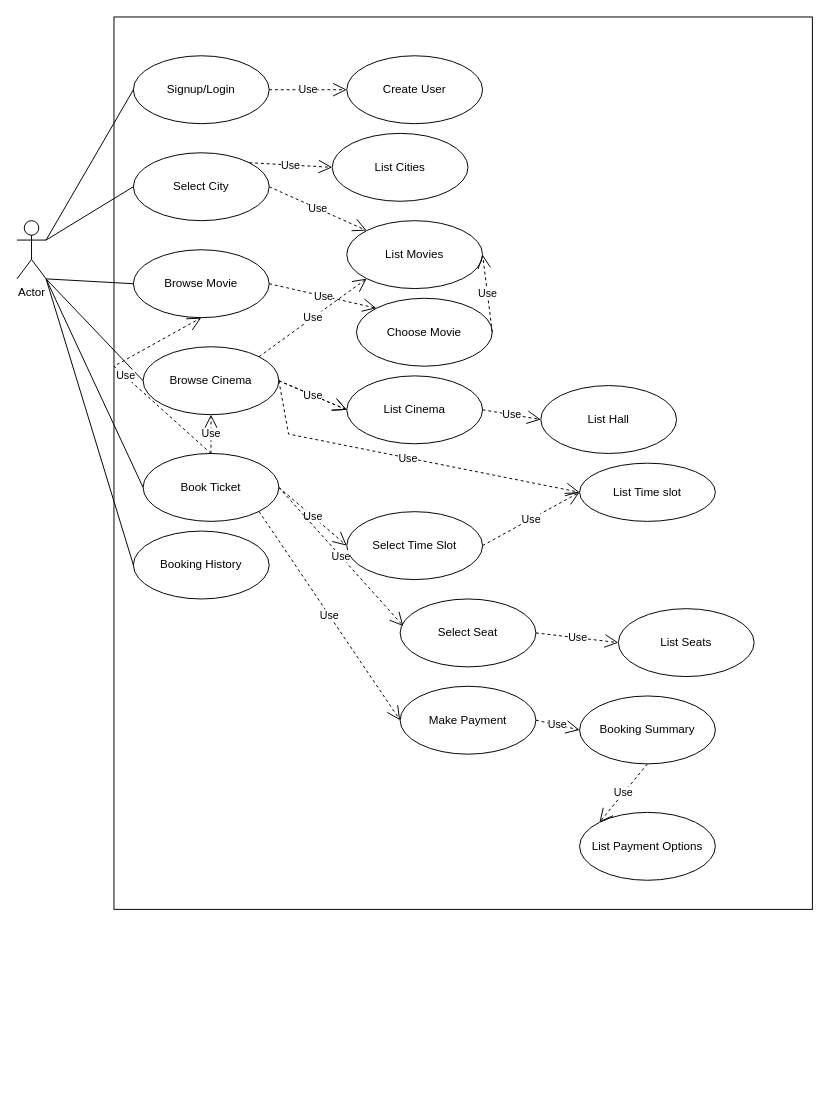
aktomer06/Draw.io keeps this draw.io diagram as bookmyshow.drawio. Above is the earlier version. Source tidied: cells renumbered, new cells numbered last; positions are measured from the earlier drawing's top-left corner, leaving out a move shared by most shapes. Both pictures are drawn from the tidied source at 97%, with x=0, y=0 at pixel (16, 16).
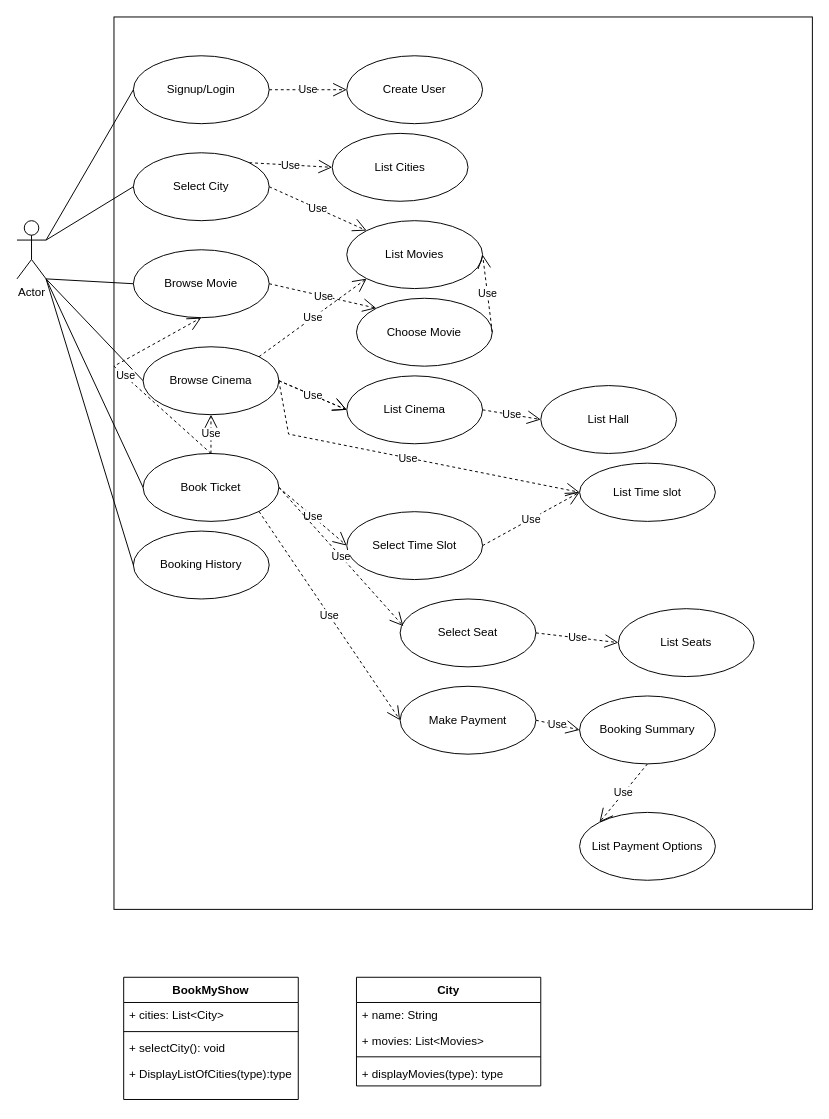
Above is the later version.

What changed in the source:
```diff
@@
+    <mxCell id="47" value="BookMyShow" style="swimlane;fontStyle=1;align=center;verticalAlign=top;horizontal=1;startSize=26;whiteSpace=wrap;html=1;" parent="1" vertex="1">
+      <mxGeometry x="110" y="990" width="180" height="126" as="geometry" />
+    </mxCell>
+    <mxCell id="48" value="+ cities: List&amp;lt;City&amp;gt;" style="text;strokeColor=none;fillColor=none;align=left;verticalAlign=top;spacingLeft=4;spacingRight=4;overflow=hidden;whiteSpace=wrap;html=1;" parent="47" vertex="1">
+      <mxGeometry y="26" width="180" height="26" as="geometry" />
+    </mxCell>
+    <mxCell id="49" style="line;strokeWidth=1;fillColor=none;align=left;verticalAlign=middle;spacingTop=-1;spacingLeft=3;spacingRight=3;labelPosition=right;strokeColor=inherit;" parent="47" vertex="1">
+      <mxGeometry y="52" width="180" height="8" as="geometry" />
+    </mxCell>
+    <mxCell id="50" value="+ selectCity(): void" style="text;strokeColor=none;fillColor=none;align=left;verticalAlign=top;spacingLeft=4;spacingRight=4;overflow=hidden;whiteSpace=wrap;html=1;" parent="47" vertex="1">
+      <mxGeometry y="60" width="180" height="26" as="geometry" />
+    </mxCell>
+    <mxCell id="51" value="+ DisplayListOfCities(type):type" style="text;strokeColor=none;fillColor=none;align=left;verticalAlign=top;spacingLeft=4;spacingRight=4;overflow=hidden;whiteSpace=wrap;html=1;" parent="47" vertex="1">
+      <mxGeometry y="86" width="180" height="40" as="geometry" />
+    </mxCell>
+    <mxCell id="52" value="City" style="swimlane;fontStyle=1;align=center;verticalAlign=top;horizontal=1;startSize=26;whiteSpace=wrap;html=1;" parent="1" vertex="1">
+      <mxGeometry x="350" y="990" width="190" height="112" as="geometry" />
+    </mxCell>
+    <mxCell id="53" value="+ name: String" style="text;strokeColor=none;fillColor=none;align=left;verticalAlign=top;spacingLeft=4;spacingRight=4;overflow=hidden;whiteSpace=wrap;html=1;" parent="52" vertex="1">
+      <mxGeometry y="26" width="190" height="26" as="geometry" />
+    </mxCell>
+    <mxCell id="54" value="+ movies: List&amp;lt;Movies&amp;gt;" style="text;strokeColor=none;fillColor=none;align=left;verticalAlign=top;spacingLeft=4;spacingRight=4;overflow=hidden;whiteSpace=wrap;html=1;" parent="52" vertex="1">
+      <mxGeometry y="52" width="190" height="26" as="geometry" />
+    </mxCell>
+    <mxCell id="55" style="line;strokeWidth=1;fillColor=none;align=left;verticalAlign=middle;spacingTop=-1;spacingLeft=3;spacingRight=3;labelPosition=right;strokeColor=inherit;" parent="52" vertex="1">
+      <mxGeometry y="78" width="190" height="8" as="geometry" />
+    </mxCell>
+    <mxCell id="56" value="+ displayMovies(type): type" style="text;strokeColor=none;fillColor=none;align=left;verticalAlign=top;spacingLeft=4;spacingRight=4;overflow=hidden;whiteSpace=wrap;html=1;" parent="52" vertex="1">
+      <mxGeometry y="86" width="190" height="26" as="geometry" />
+    </mxCell>
```
